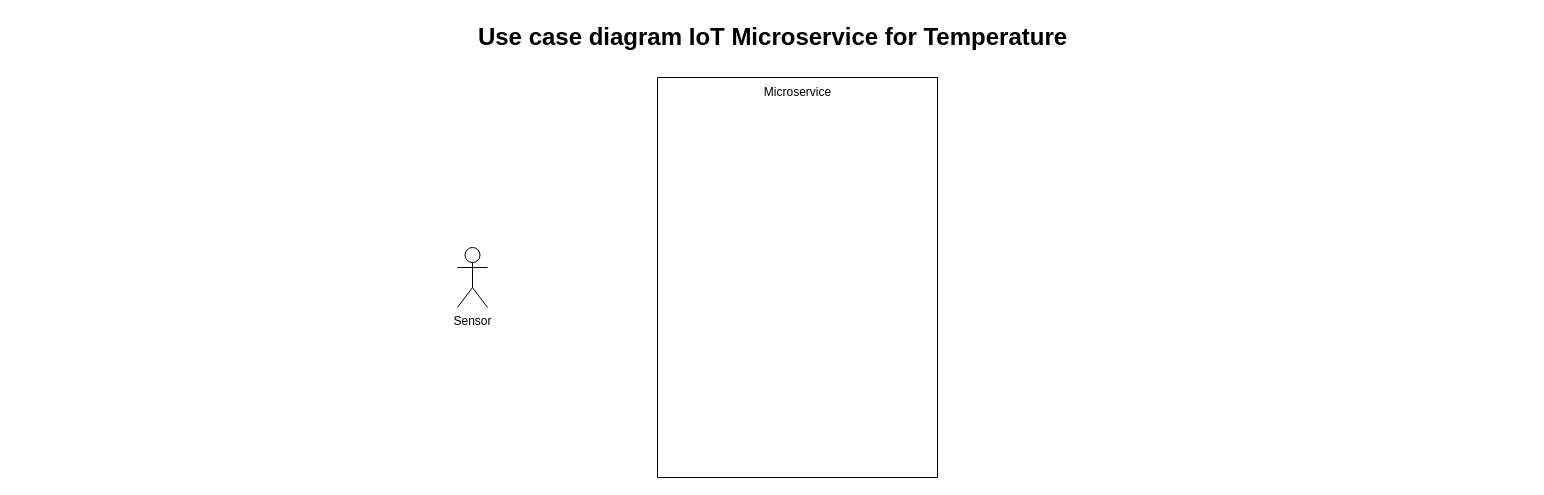
Before: Advanced_programming_use_case.drawio in vincentbriat/vincentbriat, a draw.io diagram. Source tidied: cells renumbered, new cells numbered last; positions are measured from the earlier drawing's top-left corner, leaving out a move shared by most shapes. Both pictures are drawn from the tidied source at 100%, with x=0, y=0 at pixel (17, 17).
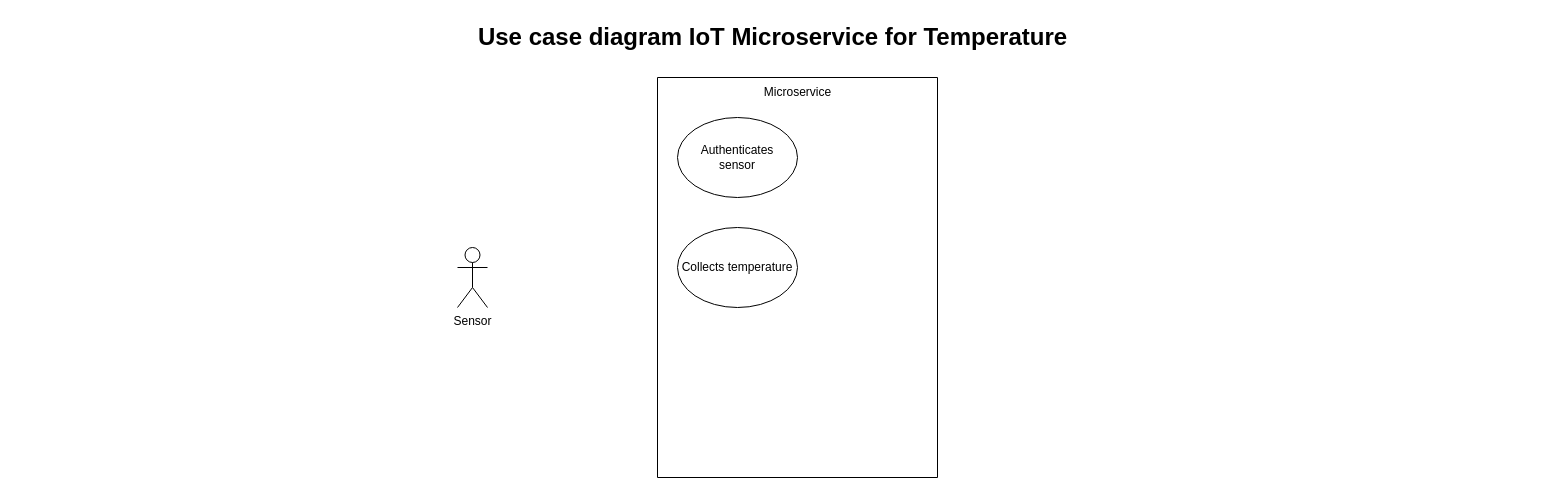
Above is the later version.

What changed in the source:
```diff
@@
 <mxGraphModel>
   <root>
     <mxCell id="0" />
     <mxCell id="1" parent="0" />
     <mxCell id="2" value="Use case diagram IoT Microservice for Temperature" style="text;strokeColor=none;fillColor=none;html=1;fontSize=24;fontStyle=1;verticalAlign=middle;align=center;" parent="1" vertex="1">
       <mxGeometry width="1510" height="40" as="geometry" />
     </mxCell>
     <mxCell id="3" style="swimlane;startSize=0;" parent="1" vertex="1">
       <mxGeometry x="640" y="60" width="280" height="400" as="geometry" />
     </mxCell>
     <mxCell id="4" value="Microservice" style="text;html=1;align=center;verticalAlign=middle;strokeColor=none;fillColor=none;" parent="3" vertex="1">
       <mxGeometry x="95" width="90" height="30" as="geometry" />
     </mxCell>
+    <mxCell id="6" value="Authenticates&lt;br&gt;sensor" style="ellipse;whiteSpace=wrap;html=1;" parent="3" vertex="1">
+      <mxGeometry x="20" y="40" width="120" height="80" as="geometry" />
+    </mxCell>
+    <mxCell id="7" value="Collects temperature" style="ellipse;whiteSpace=wrap;html=1;" parent="3" vertex="1">
+      <mxGeometry x="20" y="150" width="120" height="80" as="geometry" />
+    </mxCell>
     <mxCell id="5" value="Sensor" style="shape=umlActor;verticalLabelPosition=bottom;verticalAlign=top;html=1;" parent="1" vertex="1">
       <mxGeometry x="440" y="230" width="30" height="60" as="geometry" />
     </mxCell>
   </root>
 </mxGraphModel>
```
